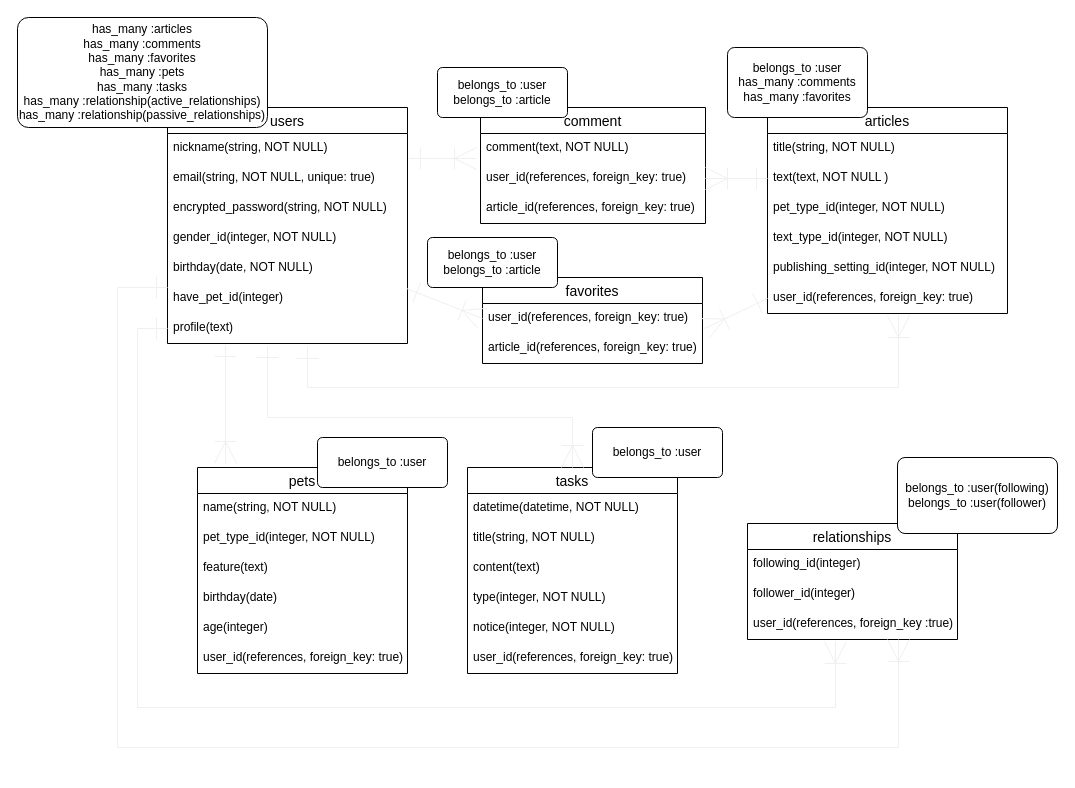
This is ER.dio from ironkazutoyo/animalink, a draw.io file, before an edit. Source tidied: cells renumbered, new cells numbered last; positions are measured from the earlier drawing's top-left corner, leaving out a move shared by most shapes. Both pictures are drawn from the tidied source at 100%, with x=0, y=0 at pixel (17, 17).
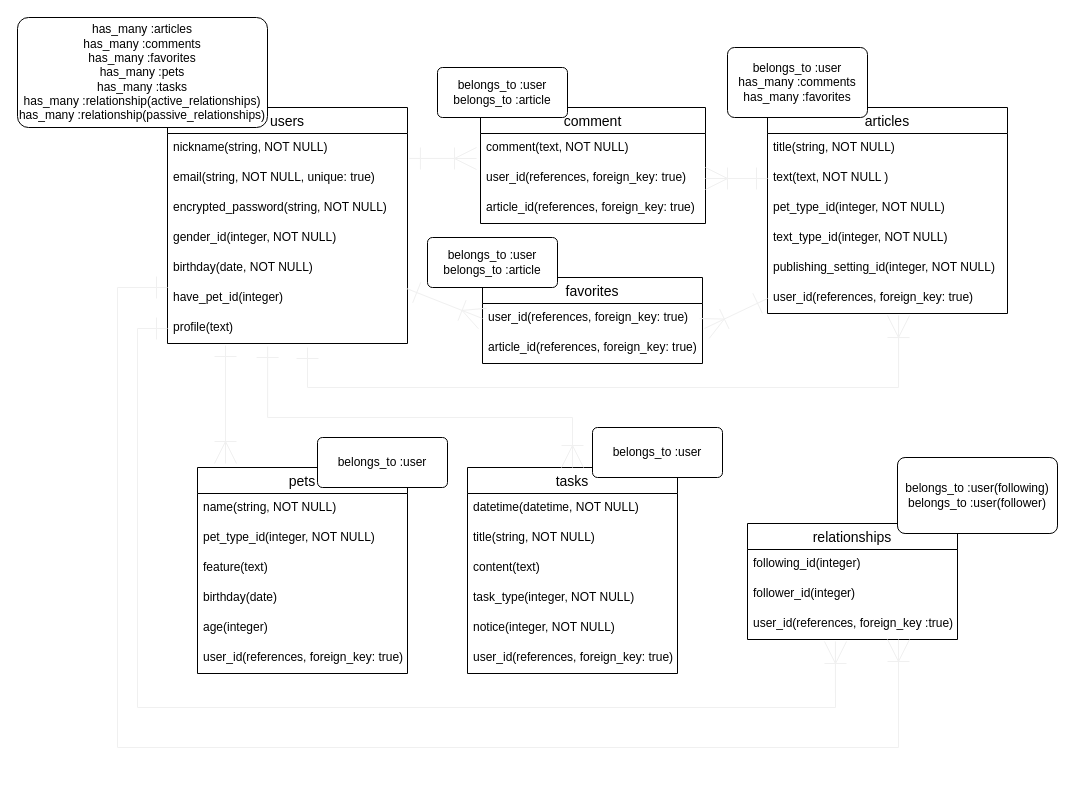
The same diagram, later.

Commit message (it also covers changes not shown here):
カラム名変更のため、README,ER図修正

The change refers to these unchanged cells:
```xml
<mxCell id="31" value="tasks" style="swimlane;fontStyle=0;horizontal=1;startSize=26;align=center;fontSize=14;" parent="1" vertex="1">
  <mxGeometry x="450" y="450" width="210" height="206" as="geometry" />
</mxCell>
```

What changed in the source:
```diff
@@
-    <mxCell id="35" value="type(integer, NOT NULL)" style="text;strokeColor=none;fillColor=none;spacingLeft=4;spacingRight=4;overflow=hidden;fontSize=12;" parent="31" vertex="1">
+    <mxCell id="35" value="task_type(integer, NOT NULL)" style="text;strokeColor=none;fillColor=none;spacingLeft=4;spacingRight=4;overflow=hidden;fontSize=12;" parent="31" vertex="1">
       <mxGeometry y="116" width="210" height="30" as="geometry" />
     </mxCell>
```
